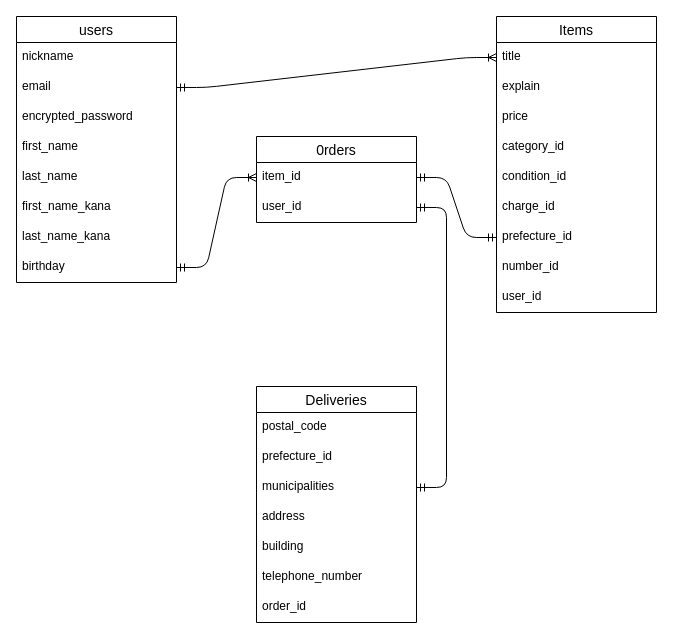
This is ER.dio from kei-123456789/furima-37977, a draw.io file, before an edit. Source tidied: cells renumbered, new cells numbered last; positions are measured from the earlier drawing's top-left corner, leaving out a move shared by most shapes. Both pictures are drawn from the tidied source at 100%, with x=0, y=0 at pixel (16, 16).
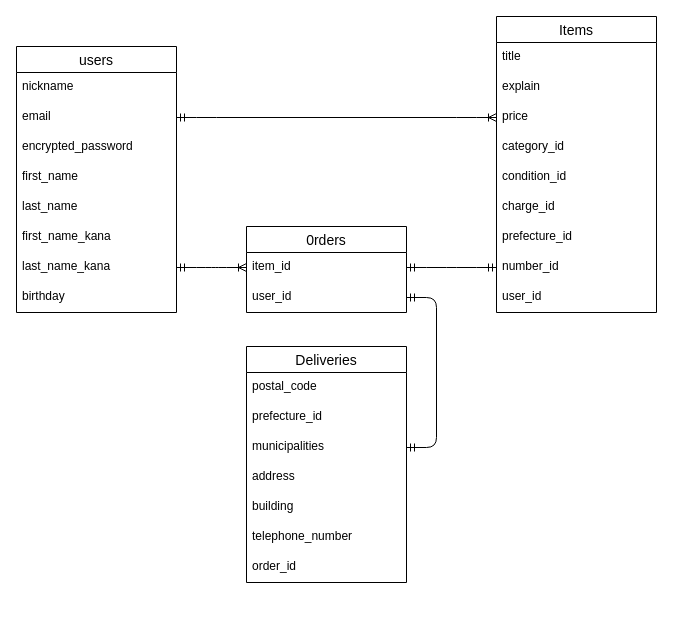
The same diagram, later.

Unchanged cells that the change refers to:
```xml
<mxCell id="4" value="email" style="text;strokeColor=none;fillColor=none;spacingLeft=4;spacingRight=4;overflow=hidden;points=[[0,0.5],[1,0.5]];portConstraint=eastwest;fontSize=12;" parent="2" vertex="1">
  <mxGeometry y="56" width="160" height="30" as="geometry" />
</mxCell>
<mxCell id="9" value="last_name_kana" style="text;strokeColor=none;fillColor=none;spacingLeft=4;spacingRight=4;overflow=hidden;points=[[0,0.5],[1,0.5]];portConstraint=eastwest;fontSize=12;" parent="2" vertex="1">
  <mxGeometry y="206" width="160" height="30" as="geometry" />
</mxCell>
<mxCell id="10" value="birthday" style="text;strokeColor=none;fillColor=none;spacingLeft=4;spacingRight=4;overflow=hidden;points=[[0,0.5],[1,0.5]];portConstraint=eastwest;fontSize=12;" parent="2" vertex="1">
  <mxGeometry y="236" width="160" height="30" as="geometry" />
</mxCell>
<mxCell id="12" value="title" style="text;strokeColor=none;fillColor=none;spacingLeft=4;spacingRight=4;overflow=hidden;points=[[0,0.5],[1,0.5]];portConstraint=eastwest;fontSize=12;" parent="11" vertex="1">
  <mxGeometry y="26" width="160" height="30" as="geometry" />
</mxCell>
<mxCell id="14" value="price" style="text;strokeColor=none;fillColor=none;spacingLeft=4;spacingRight=4;overflow=hidden;points=[[0,0.5],[1,0.5]];portConstraint=eastwest;fontSize=12;" parent="11" vertex="1">
  <mxGeometry y="86" width="160" height="30" as="geometry" />
</mxCell>
<mxCell id="18" value="prefecture_id" style="text;strokeColor=none;fillColor=none;spacingLeft=4;spacingRight=4;overflow=hidden;points=[[0,0.5],[1,0.5]];portConstraint=eastwest;fontSize=12;" parent="11" vertex="1">
  <mxGeometry y="206" width="160" height="30" as="geometry" />
</mxCell>
<mxCell id="19" value="number_id" style="text;strokeColor=none;fillColor=none;spacingLeft=4;spacingRight=4;overflow=hidden;points=[[0,0.5],[1,0.5]];portConstraint=eastwest;fontSize=12;" parent="11" vertex="1">
  <mxGeometry y="236" width="160" height="30" as="geometry" />
</mxCell>
<mxCell id="22" value="item_id" style="text;strokeColor=none;fillColor=none;spacingLeft=4;spacingRight=4;overflow=hidden;points=[[0,0.5],[1,0.5]];portConstraint=eastwest;fontSize=12;" parent="21" vertex="1">
  <mxGeometry y="26" width="160" height="30" as="geometry" />
</mxCell>
```

Diff of the diagram source:
```diff
@@
     <mxCell id="2" value="users" style="swimlane;fontStyle=0;horizontal=1;startSize=26;align=center;fontSize=14;" parent="1" vertex="1">
-      <mxGeometry width="160" height="266" as="geometry" />
+      <mxGeometry y="30" width="160" height="266" as="geometry" />
     </mxCell>
@@
     <mxCell id="21" value="0rders" style="swimlane;fontStyle=0;horizontal=1;startSize=26;align=center;fontSize=14;" parent="1" vertex="1">
-      <mxGeometry x="240" y="120" width="160" height="86" as="geometry" />
+      <mxGeometry x="230" y="210" width="160" height="86" as="geometry" />
     </mxCell>
@@
     <mxCell id="24" value="Deliveries" style="swimlane;fontStyle=0;horizontal=1;startSize=26;align=center;fontSize=14;" parent="1" vertex="1">
-      <mxGeometry x="240" y="370" width="160" height="236" as="geometry" />
+      <mxGeometry x="230" y="330" width="160" height="236" as="geometry" />
     </mxCell>
@@
-    <mxCell id="32" style="edgeStyle=entityRelationEdgeStyle;fontSize=12;html=1;endArrow=ERoneToMany;startArrow=ERmandOne;exitX=1;exitY=0.5;exitDx=0;exitDy=0;entryX=0;entryY=0.5;entryDx=0;entryDy=0;" parent="1" edge="1" source="10">
-      <mxGeometry relative="1" as="geometry">
-        <mxPoint x="240" y="161" as="targetPoint" />
-      </mxGeometry>
+    <mxCell id="32" style="edgeStyle=entityRelationEdgeStyle;fontSize=12;html=1;endArrow=ERoneToMany;startArrow=ERmandOne;exitX=1;exitY=0.5;exitDx=0;exitDy=0;entryX=0;entryY=0.5;entryDx=0;entryDy=0;" parent="1" edge="1" source="9" target="22">
+      <mxGeometry relative="1" as="geometry" />
     </mxCell>
-    <mxCell id="33" style="edgeStyle=entityRelationEdgeStyle;fontSize=12;html=1;endArrow=ERoneToMany;startArrow=ERmandOne;exitX=1;exitY=0.5;exitDx=0;exitDy=0;entryX=0;entryY=0.5;entryDx=0;entryDy=0;" parent="1" edge="1" source="4" target="12">
+    <mxCell id="33" style="edgeStyle=entityRelationEdgeStyle;fontSize=12;html=1;endArrow=ERoneToMany;startArrow=ERmandOne;exitX=1;exitY=0.5;exitDx=0;exitDy=0;entryX=0;entryY=0.5;entryDx=0;entryDy=0;" parent="1" edge="1" source="4" target="14">
       <mxGeometry relative="1" as="geometry" />
     </mxCell>
-    <mxCell id="34" style="edgeStyle=entityRelationEdgeStyle;fontSize=12;html=1;endArrow=ERmandOne;startArrow=ERmandOne;exitX=1;exitY=0.5;exitDx=0;exitDy=0;entryX=0;entryY=0.5;entryDx=0;entryDy=0;" parent="1" edge="1" target="18">
-      <mxGeometry relative="1" as="geometry">
-        <mxPoint x="400" y="161" as="sourcePoint" />
-      </mxGeometry>
+    <mxCell id="34" style="edgeStyle=entityRelationEdgeStyle;fontSize=12;html=1;endArrow=ERmandOne;startArrow=ERmandOne;exitX=1;exitY=0.5;exitDx=0;exitDy=0;entryX=0;entryY=0.5;entryDx=0;entryDy=0;" parent="1" edge="1" source="22" target="19">
+      <mxGeometry relative="1" as="geometry" />
     </mxCell>
```
